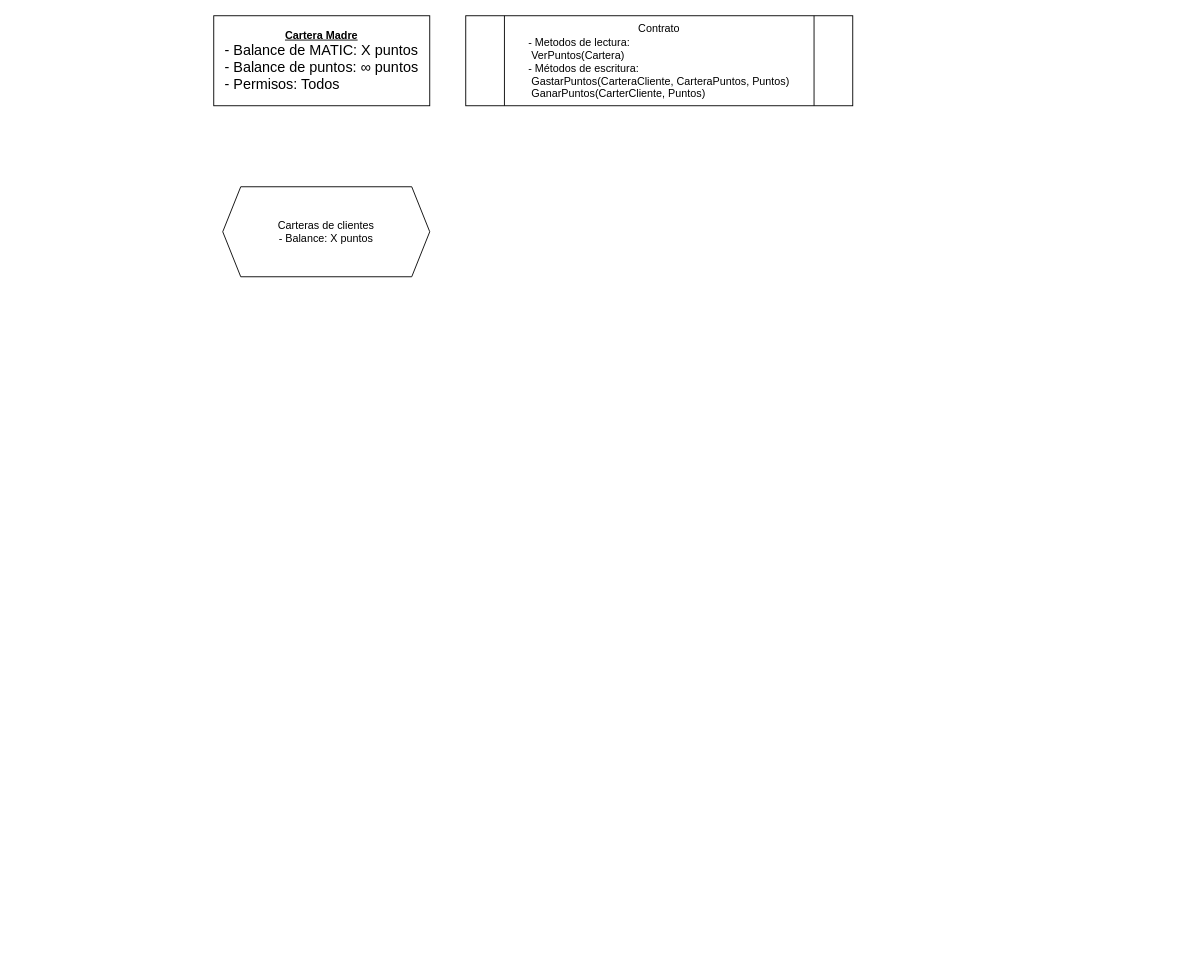
The draw.io diagram Untitled Diagram.drawio in adrian-cancio/diagramas, before the edit. Source tidied: cells renumbered, new cells numbered last; positions are measured from the earlier drawing's top-left corner, leaving out a move shared by most shapes. Both pictures are drawn from the tidied source at 90%, with x=0, y=0 at pixel (213, 15).
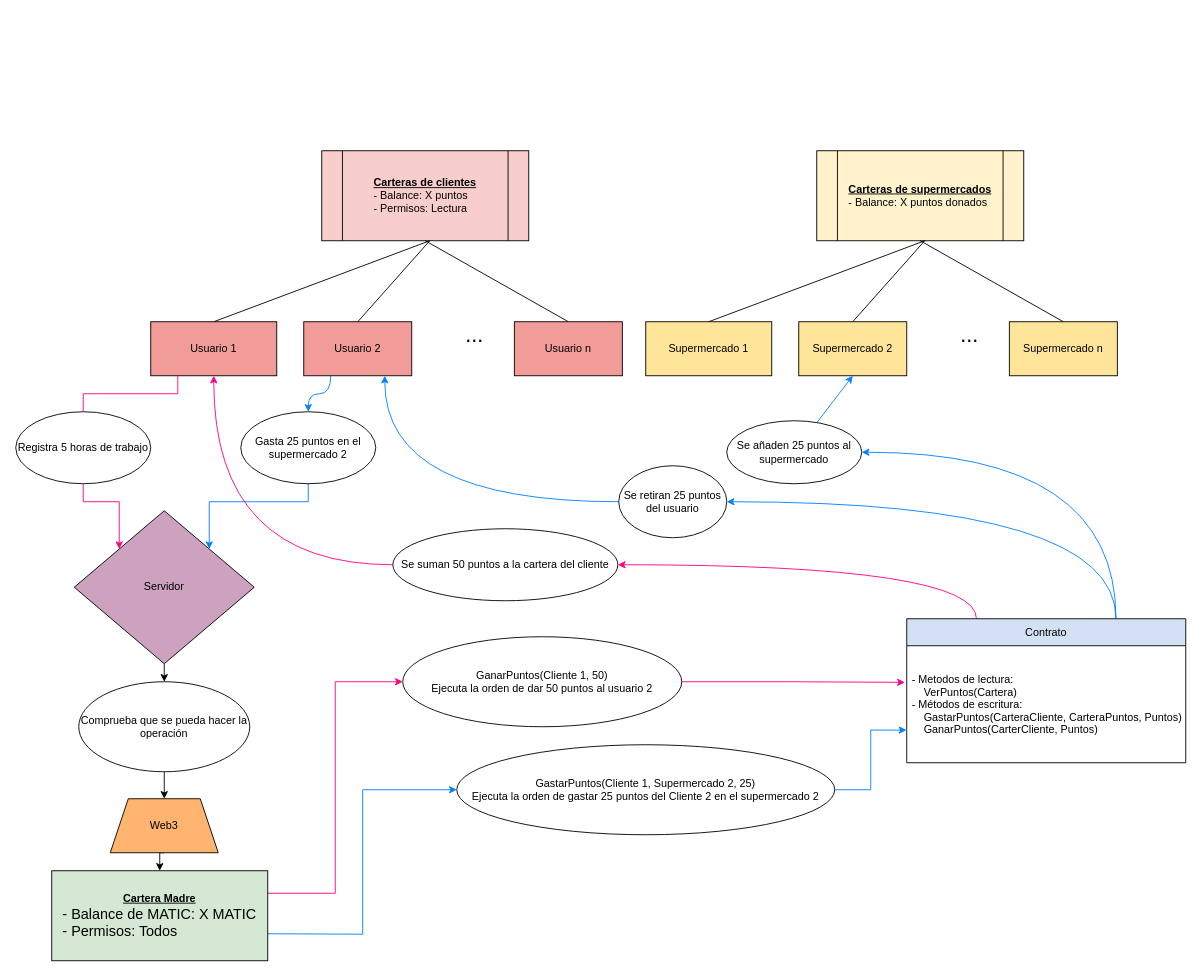
After the change.

Diff of the diagram source:
```diff
@@
+    <mxCell id="5" style="edgeStyle=elbowEdgeStyle;rounded=0;jettySize=auto;html=1;exitX=1;exitY=0.25;exitDx=0;exitDy=0;fontSize=12;strokeColor=#FF0080;fillColor=#0000FF;" parent="1" edge="1" source="2" target="34">
+      <mxGeometry relative="1" as="geometry" />
+    </mxCell>
+    <mxCell id="6" style="edgeStyle=orthogonalEdgeStyle;rounded=0;jettySize=auto;html=1;entryX=0;entryY=0.5;entryDx=0;entryDy=0;fontSize=12;strokeColor=#007FFF;fillColor=#0000FF;" parent="1" edge="1" target="36">
+      <mxGeometry relative="1" as="geometry">
+        <mxPoint x="60" y="1020" as="sourcePoint" />
+      </mxGeometry>
+    </mxCell>
-    <mxCell id="2" value="&lt;font style=&quot;font-size: 12px&quot;&gt;&lt;b&gt;&lt;u&gt;Cartera Madre&lt;br&gt;&lt;/u&gt;&lt;/b&gt;&lt;/font&gt;&lt;div style=&quot;text-align: left&quot;&gt;&lt;span&gt;&lt;font size=&quot;3&quot;&gt;- Balance de MATIC: X puntos&lt;/font&gt;&lt;/span&gt;&lt;/div&gt;&lt;div style=&quot;text-align: left&quot;&gt;&lt;font size=&quot;3&quot;&gt;&lt;span&gt;- Balance de puntos:&amp;nbsp;&lt;/span&gt;&lt;font&gt;∞ puntos&lt;/font&gt;&lt;/font&gt;&lt;/div&gt;&lt;font size=&quot;3&quot;&gt;&lt;div style=&quot;text-align: left&quot;&gt;- Permisos: Todos&lt;/div&gt;&lt;/font&gt;" style="rounded=0;whiteSpace=wrap;html=1;" parent="1" vertex="1">
-      <mxGeometry width="240" height="100" as="geometry" />
+    <mxCell id="2" value="&lt;font style=&quot;font-size: 12px&quot;&gt;&lt;b&gt;&lt;u&gt;Cartera Madre&lt;br&gt;&lt;/u&gt;&lt;/b&gt;&lt;/font&gt;&lt;div style=&quot;text-align: left&quot;&gt;&lt;span&gt;&lt;font size=&quot;3&quot;&gt;- Balance de MATIC: X MATIC&lt;/font&gt;&lt;/span&gt;&lt;/div&gt;&lt;font size=&quot;3&quot;&gt;&lt;div style=&quot;text-align: left&quot;&gt;- Permisos: Todos&lt;/div&gt;&lt;/font&gt;" style="rounded=0;whiteSpace=wrap;html=1;shadow=0;fillColor=#D5E8D4;" parent="1" vertex="1">
+      <mxGeometry x="-180" y="950" width="240" height="100" as="geometry" />
     </mxCell>
-    <mxCell id="3" value="&lt;font style=&quot;font-size: 12px&quot;&gt;Contrato&lt;br&gt;&lt;div style=&quot;text-align: left&quot;&gt;&lt;span&gt;- Metodos de lectura:&lt;/span&gt;&lt;/div&gt;&lt;div style=&quot;text-align: left&quot;&gt;&lt;span&gt;&lt;span style=&quot;white-space: pre&quot;&gt; &lt;/span&gt;VerPuntos(Cartera)&lt;/span&gt;&lt;/div&gt;&lt;div style=&quot;text-align: left&quot;&gt;&lt;span&gt;- Métodos de escritura:&lt;/span&gt;&lt;/div&gt;&lt;div style=&quot;text-align: left&quot;&gt;&lt;span&gt;&lt;span style=&quot;white-space: pre&quot;&gt; &lt;/span&gt;GastarPuntos(CarteraCliente, CarteraPuntos, Puntos)&lt;br&gt;&lt;/span&gt;&lt;/div&gt;&lt;div style=&quot;text-align: left&quot;&gt;&lt;span&gt;&lt;span style=&quot;white-space: pre&quot;&gt; &lt;/span&gt;GanarPuntos(CarterCliente, Puntos)&lt;/span&gt;&lt;/div&gt;&lt;/font&gt;" style="shape=process;whiteSpace=wrap;html=1;backgroundOutline=1;fontSize=14;" parent="1" vertex="1">
-      <mxGeometry x="280" width="430" height="100" as="geometry" />
-    </mxCell>
+    <mxCell id="7" style="edgeStyle=orthogonalEdgeStyle;curved=1;rounded=0;jettySize=auto;html=1;exitX=0.25;exitY=0;exitDx=0;exitDy=0;entryX=1;entryY=0.5;entryDx=0;entryDy=0;fontSize=12;strokeColor=#FF0080;fillColor=#FF0080;" parent="1" edge="1" source="47" target="38">
+      <mxGeometry relative="1" as="geometry" />
+    </mxCell>
+    <mxCell id="8" style="edgeStyle=orthogonalEdgeStyle;curved=1;rounded=0;jettySize=auto;html=1;exitX=0.75;exitY=0;exitDx=0;exitDy=0;entryX=1;entryY=0.5;entryDx=0;entryDy=0;fontSize=12;strokeColor=#007FFF;fillColor=#FF0080;elbow=vertical;" parent="1" edge="1" source="47" target="42">
+      <mxGeometry relative="1" as="geometry" />
+    </mxCell>
+    <mxCell id="9" style="edgeStyle=orthogonalEdgeStyle;curved=1;rounded=0;jettySize=auto;html=1;exitX=0.75;exitY=0;exitDx=0;exitDy=0;entryX=1;entryY=0.5;entryDx=0;entryDy=0;fontSize=12;strokeColor=#007FFF;fillColor=#FF0080;elbow=vertical;" parent="1" edge="1" source="47" target="44">
+      <mxGeometry relative="1" as="geometry" />
+    </mxCell>
-    <mxCell id="4" value="Carteras de clientes&lt;br&gt;- Balance: X puntos" style="shape=hexagon;perimeter=hexagonPerimeter2;whiteSpace=wrap;html=1;fixedSize=1;fontSize=12;" parent="1" vertex="1">
-      <mxGeometry x="10" y="190" width="230" height="100" as="geometry" />
+    <mxCell id="4" value="&lt;u&gt;&lt;b&gt;Carteras de clientes&lt;br&gt;&lt;/b&gt;&lt;/u&gt;&lt;div style=&quot;text-align: left&quot;&gt;&lt;span&gt;- Balance: X puntos&lt;/span&gt;&lt;/div&gt;&lt;div style=&quot;text-align: left&quot;&gt;&lt;span&gt;- Permisos: Lectura&lt;/span&gt;&lt;/div&gt;" style="shape=process;whiteSpace=wrap;html=1;backgroundOutline=1;fillColor=#F8CECC;" parent="1" vertex="1">
+      <mxGeometry x="120" y="150" width="230" height="100" as="geometry" />
     </mxCell>
+    <mxCell id="10" style="endArrow=none;html=1;rounded=0;fontSize=12;" parent="1" edge="1">
+      <mxGeometry relative="1" as="geometry">
+        <mxPoint y="340" as="sourcePoint" />
+        <mxPoint x="240" y="250" as="targetPoint" />
+      </mxGeometry>
+    </mxCell>
+    <mxCell id="11" style="edgeStyle=orthogonalEdgeStyle;rounded=0;jettySize=auto;html=1;exitX=0.5;exitY=1;exitDx=0;exitDy=0;entryX=0;entryY=0;entryDx=0;entryDy=0;fontSize=12;startArrow=none;strokeColor=#FF0080;" parent="1" edge="1" source="31" target="28">
+      <mxGeometry relative="1" as="geometry" />
+    </mxCell>
+    <mxCell id="12" value="Usuario 1" style="rounded=0;whiteSpace=wrap;html=1;fillColor=#F19C99;" parent="1" vertex="1">
+      <mxGeometry x="-70" y="340" width="140" height="60" as="geometry" />
+    </mxCell>
+    <mxCell id="13" style="edgeStyle=orthogonalEdgeStyle;curved=1;rounded=0;jettySize=auto;html=1;exitX=0.25;exitY=1;exitDx=0;exitDy=0;entryX=0.5;entryY=0;entryDx=0;entryDy=0;fontSize=12;strokeColor=#007FFF;fillColor=#0000FF;" parent="1" edge="1" source="14" target="40">
+      <mxGeometry relative="1" as="geometry" />
+    </mxCell>
+    <mxCell id="14" value="Usuario 2" style="rounded=0;whiteSpace=wrap;html=1;fillColor=#F19C99;" parent="1" vertex="1">
+      <mxGeometry x="100" y="340" width="120" height="60" as="geometry" />
+    </mxCell>
+    <mxCell id="15" style="endArrow=none;html=1;rounded=0;fontSize=12;exitX=0.5;exitY=0;exitDx=0;exitDy=0;" parent="1" edge="1" source="14">
+      <mxGeometry relative="1" as="geometry">
+        <mxPoint x="240" y="250" as="targetPoint" />
+      </mxGeometry>
+    </mxCell>
+    <mxCell id="16" style="endArrow=none;html=1;rounded=0;fontSize=12;exitX=0.5;exitY=1;exitDx=0;exitDy=0;entryX=0.5;entryY=0;entryDx=0;entryDy=0;" parent="1" edge="1" source="4" target="18">
+      <mxGeometry relative="1" as="geometry" />
+    </mxCell>
+    <mxCell id="17" value="&lt;font style=&quot;font-size: 24px&quot;&gt;...&lt;/font&gt;" style="text;html=1;strokeColor=none;fillColor=none;align=center;verticalAlign=middle;whiteSpace=wrap;rounded=0;fontSize=12;" parent="1" vertex="1">
+      <mxGeometry x="260" y="340" width="60" height="30" as="geometry" />
+    </mxCell>
+    <mxCell id="18" value="&lt;font style=&quot;font-size: 12px&quot;&gt;Usuario n&lt;/font&gt;" style="rounded=0;whiteSpace=wrap;html=1;fillColor=#F19C99;" parent="1" vertex="1">
+      <mxGeometry x="334" y="340" width="120" height="60" as="geometry" />
+    </mxCell>
+    <mxCell id="19" value="&lt;u&gt;&lt;b&gt;Carteras de supermercados&lt;br&gt;&lt;/b&gt;&lt;/u&gt;&lt;div style=&quot;text-align: left&quot;&gt;&lt;span&gt;- Balance: X puntos donados&lt;/span&gt;&lt;/div&gt;" style="shape=process;whiteSpace=wrap;html=1;backgroundOutline=1;fillColor=#FFF2CC;" parent="1" vertex="1">
+      <mxGeometry x="670" y="150" width="230" height="100" as="geometry" />
+    </mxCell>
+    <mxCell id="20" style="endArrow=none;html=1;rounded=0;fontSize=12;" parent="1" edge="1">
+      <mxGeometry relative="1" as="geometry">
+        <mxPoint x="550" y="340" as="sourcePoint" />
+        <mxPoint x="790" y="250" as="targetPoint" />
+      </mxGeometry>
+    </mxCell>
+    <mxCell id="21" value="Supermercado 1" style="rounded=0;whiteSpace=wrap;html=1;fillColor=#FFE599;" parent="1" vertex="1">
+      <mxGeometry x="480" y="340" width="140" height="60" as="geometry" />
+    </mxCell>
+    <mxCell id="22" value="Supermercado 2" style="rounded=0;whiteSpace=wrap;html=1;fillColor=#FFE599;" parent="1" vertex="1">
+      <mxGeometry x="650" y="340" width="120" height="60" as="geometry" />
+    </mxCell>
+    <mxCell id="23" style="endArrow=none;html=1;rounded=0;fontSize=12;exitX=0.5;exitY=0;exitDx=0;exitDy=0;" parent="1" edge="1" source="22">
+      <mxGeometry relative="1" as="geometry">
+        <mxPoint x="790" y="250" as="targetPoint" />
+      </mxGeometry>
+    </mxCell>
+    <mxCell id="24" style="endArrow=none;html=1;rounded=0;fontSize=12;exitX=0.5;exitY=1;exitDx=0;exitDy=0;entryX=0.5;entryY=0;entryDx=0;entryDy=0;" parent="1" edge="1" source="19" target="26">
+      <mxGeometry relative="1" as="geometry" />
+    </mxCell>
+    <mxCell id="25" value="&lt;font style=&quot;font-size: 24px&quot;&gt;...&lt;/font&gt;" style="text;html=1;strokeColor=none;fillColor=none;align=center;verticalAlign=middle;whiteSpace=wrap;rounded=0;fontSize=12;" parent="1" vertex="1">
+      <mxGeometry x="810" y="340" width="60" height="30" as="geometry" />
+    </mxCell>
+    <mxCell id="26" value="&lt;font style=&quot;font-size: 12px&quot;&gt;Supermercado n&lt;/font&gt;" style="rounded=0;whiteSpace=wrap;html=1;fillColor=#FFE599;" parent="1" vertex="1">
+      <mxGeometry x="884" y="340" width="120" height="60" as="geometry" />
+    </mxCell>
+    <mxCell id="27" style="edgeStyle=none;rounded=0;jettySize=auto;html=1;exitX=0.5;exitY=1;exitDx=0;exitDy=0;entryX=0.5;entryY=0;entryDx=0;entryDy=0;fontSize=12;strokeColor=#000000;fillColor=#FF0080;elbow=vertical;" parent="1" edge="1" source="28" target="46">
+      <mxGeometry relative="1" as="geometry" />
+    </mxCell>
+    <mxCell id="28" value="Servidor" style="rhombus;whiteSpace=wrap;html=1;fontSize=12;fillColor=#CDA2BE;" parent="1" vertex="1">
+      <mxGeometry x="-155" y="550" width="200" height="170" as="geometry" />
+    </mxCell>
+    <mxCell id="29" style="edgeStyle=orthogonalEdgeStyle;rounded=0;jettySize=auto;html=1;exitX=0.5;exitY=1;exitDx=0;exitDy=0;entryX=0.5;entryY=0;entryDx=0;entryDy=0;fontSize=12;" parent="1" edge="1" source="30" target="2">
+      <mxGeometry relative="1" as="geometry" />
+    </mxCell>
+    <mxCell id="30" value="Web3" style="shape=trapezoid;perimeter=trapezoidPerimeter;whiteSpace=wrap;html=1;fixedSize=1;fontSize=12;fillColor=#FFB570;" parent="1" vertex="1">
+      <mxGeometry x="-115" y="870" width="120" height="60" as="geometry" />
+    </mxCell>
+    <mxCell id="31" value="Registra 5 horas de trabajo" style="ellipse;whiteSpace=wrap;html=1;fontSize=12;" parent="1" vertex="1">
+      <mxGeometry x="-220" y="440" width="150" height="80" as="geometry" />
+    </mxCell>
+    <mxCell id="32" style="edgeStyle=orthogonalEdgeStyle;rounded=0;jettySize=auto;html=1;entryX=0.5;entryY=0;entryDx=0;entryDy=0;fontSize=12;endArrow=none;strokeColor=#FF0080;fillColor=#0000FF;" parent="1" edge="1" target="31">
+      <mxGeometry relative="1" as="geometry">
+        <mxPoint x="-40" y="400" as="sourcePoint" />
+        <Array as="points">
+          <mxPoint x="-40" y="405" />
+          <mxPoint x="-40" y="420" />
+          <mxPoint x="-145" y="420" />
+        </Array>
+      </mxGeometry>
+    </mxCell>
+    <mxCell id="33" style="edgeStyle=orthogonalEdgeStyle;rounded=0;jettySize=auto;html=1;exitX=1;exitY=0.5;exitDx=0;exitDy=0;fontSize=12;strokeColor=#FF0080;fillColor=#0000FF;entryX=-0.007;entryY=0.313;entryDx=0;entryDy=0;entryPerimeter=0;" parent="1" edge="1" source="34" target="48">
+      <mxGeometry relative="1" as="geometry" />
+    </mxCell>
+    <mxCell id="34" value="GanarPuntos(Cliente 1, 50)&lt;br&gt;Ejecuta la orden de dar 50 puntos al usuario 2" style="ellipse;whiteSpace=wrap;html=1;fontSize=12;" parent="1" vertex="1">
+      <mxGeometry x="210" y="690" width="310" height="100" as="geometry" />
+    </mxCell>
+    <mxCell id="35" style="edgeStyle=orthogonalEdgeStyle;rounded=0;jettySize=auto;html=1;exitX=1;exitY=0.5;exitDx=0;exitDy=0;entryX=-0.001;entryY=0.721;entryDx=0;entryDy=0;fontSize=12;strokeColor=#007FFF;fillColor=#0000FF;entryPerimeter=0;" parent="1" edge="1" source="36" target="48">
+      <mxGeometry relative="1" as="geometry" />
+    </mxCell>
+    <mxCell id="36" value="GastarPuntos(Cliente 1, Supermercado 2, 25)&lt;br&gt;Ejecuta la orden de gastar 25 puntos del Cliente 2 en el supermercado 2" style="ellipse;whiteSpace=wrap;html=1;fontSize=12;" parent="1" vertex="1">
+      <mxGeometry x="270" y="810" width="420" height="100" as="geometry" />
+    </mxCell>
+    <mxCell id="37" style="edgeStyle=orthogonalEdgeStyle;curved=1;rounded=0;jettySize=auto;html=1;exitX=0;exitY=0.5;exitDx=0;exitDy=0;entryX=0.5;entryY=1;entryDx=0;entryDy=0;fontSize=12;strokeColor=#FF0080;fillColor=#FF0080;" parent="1" edge="1" source="38" target="12">
+      <mxGeometry relative="1" as="geometry" />
+    </mxCell>
+    <mxCell id="38" value="Se suman 50 puntos a la cartera del cliente" style="ellipse;whiteSpace=wrap;html=1;fontSize=12;" parent="1" vertex="1">
+      <mxGeometry x="199" y="570" width="250" height="80" as="geometry" />
+    </mxCell>
+    <mxCell id="39" style="edgeStyle=orthogonalEdgeStyle;rounded=0;jettySize=auto;html=1;exitX=0.5;exitY=1;exitDx=0;exitDy=0;fontSize=12;strokeColor=#007FFF;fillColor=#0000FF;entryX=1;entryY=0;entryDx=0;entryDy=0;" parent="1" edge="1" source="40" target="28">
+      <mxGeometry relative="1" as="geometry">
+        <Array as="points">
+          <mxPoint x="105" y="540" />
+          <mxPoint x="-5" y="540" />
+        </Array>
+      </mxGeometry>
+    </mxCell>
+    <mxCell id="40" value="Gasta 25 puntos en el supermercado 2" style="ellipse;whiteSpace=wrap;html=1;fontSize=12;" parent="1" vertex="1">
+      <mxGeometry x="30" y="440" width="150" height="80" as="geometry" />
+    </mxCell>
+    <mxCell id="41" style="edgeStyle=orthogonalEdgeStyle;curved=1;rounded=0;jettySize=auto;html=1;exitX=0;exitY=0.5;exitDx=0;exitDy=0;entryX=0.75;entryY=1;entryDx=0;entryDy=0;fontSize=12;strokeColor=#007FFF;fillColor=#FF0080;elbow=vertical;" parent="1" edge="1" source="42" target="14">
+      <mxGeometry relative="1" as="geometry" />
+    </mxCell>
+    <mxCell id="42" value="Se retiran 25 puntos del usuario" style="ellipse;whiteSpace=wrap;html=1;fontSize=12;" parent="1" vertex="1">
+      <mxGeometry x="450" y="500" width="120" height="80" as="geometry" />
+    </mxCell>
+    <mxCell id="43" style="rounded=0;jettySize=auto;html=1;entryX=0.5;entryY=1;entryDx=0;entryDy=0;fontSize=12;strokeColor=#007FFF;fillColor=#FF0080;elbow=vertical;" parent="1" edge="1" source="44" target="22">
+      <mxGeometry relative="1" as="geometry" />
+    </mxCell>
+    <mxCell id="44" value="Se añaden 25 puntos al supermercado" style="ellipse;whiteSpace=wrap;html=1;fontSize=12;" parent="1" vertex="1">
+      <mxGeometry x="570" y="450" width="150" height="70" as="geometry" />
+    </mxCell>
+    <mxCell id="45" style="edgeStyle=none;rounded=0;jettySize=auto;html=1;exitX=0.5;exitY=1;exitDx=0;exitDy=0;fontSize=12;strokeColor=#000000;fillColor=#FF0080;elbow=vertical;" parent="1" edge="1" source="46" target="30">
+      <mxGeometry relative="1" as="geometry" />
+    </mxCell>
+    <mxCell id="46" value="Comprueba que se pueda hacer la operación" style="ellipse;whiteSpace=wrap;html=1;fontSize=12;" parent="1" vertex="1">
+      <mxGeometry x="-150" y="740" width="190" height="100" as="geometry" />
+    </mxCell>
+    <mxCell id="47" value="Contrato" style="swimlane;fontStyle=0;horizontal=1;startSize=30;shadow=0;fontSize=12;fillColor=#D4E1F5;" parent="1" vertex="1">
+      <mxGeometry x="770" y="670" width="310" height="160" as="geometry" />
+    </mxCell>
+    <mxCell id="48" value="- Metodos de lectura:&#10;     VerPuntos(Cartera)&#10;- Métodos de escritura:  &#10;     GastarPuntos(CarteraCliente, CarteraPuntos, Puntos)&#10;     GanarPuntos(CarterCliente, Puntos)" style="text;strokeColor=none;fillColor=none;align=left;verticalAlign=middle;spacingLeft=4;spacingRight=4;overflow=hidden;points=[[0,0.5],[1,0.5]];portConstraint=eastwest;shadow=0;fontSize=12;" parent="47" vertex="1">
+      <mxGeometry y="30" width="310" height="130" as="geometry" />
+    </mxCell>
```
